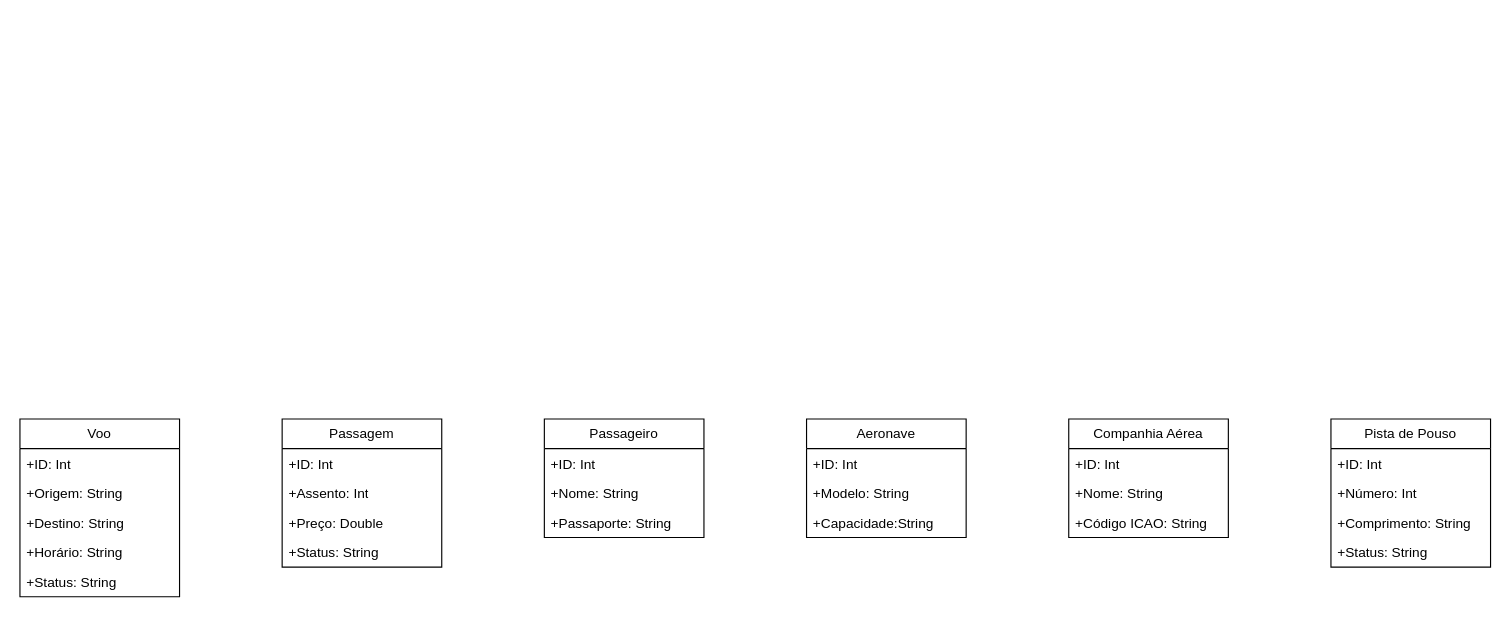
This is page "Classes" (2 of 2) of MeuDeusDoCéu.drawio from Lotharzin/Tipos-de-diagramas-ggez, a draw.io file, before an edit. Source tidied: cells renumbered, new cells numbered last; positions are measured from the earlier drawing's top-left corner, leaving out a move shared by most shapes. Both pictures are drawn from the tidied source at 114%, with x=0, y=0 at pixel (19, 418).
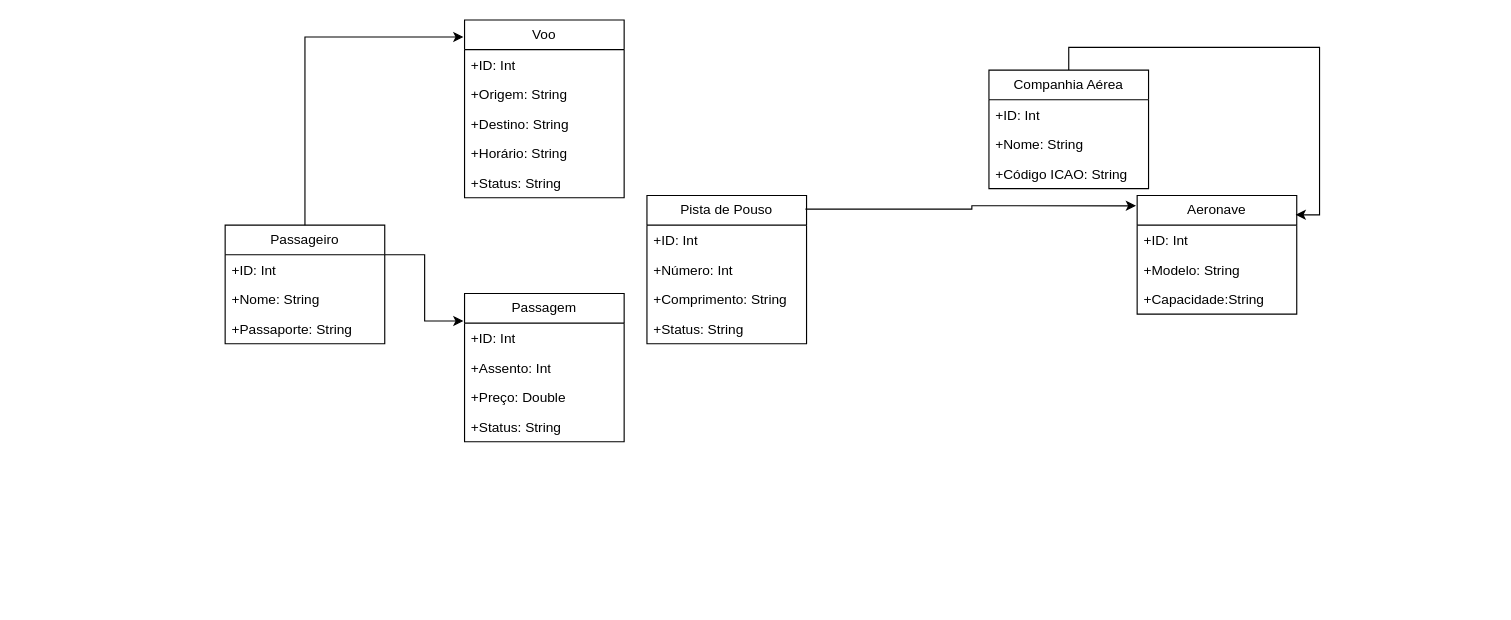
Above is the later version.

Change to the diagram source:
```diff
@@
     <mxCell id="2" value="Voo" style="swimlane;fontStyle=0;horizontal=1;startSize=26;fillColor=none;whiteSpace=wrap;html=1;" parent="1" vertex="1">
-      <mxGeometry width="140" height="156" as="geometry" />
+      <mxGeometry x="390" y="-350" width="140" height="156" as="geometry" />
     </mxCell>
@@
     <mxCell id="8" value="Passagem" style="swimlane;fontStyle=0;horizontal=1;startSize=26;fillColor=none;whiteSpace=wrap;html=1;" parent="1" vertex="1">
-      <mxGeometry x="230" width="140" height="130" as="geometry" />
+      <mxGeometry x="390" y="-110" width="140" height="130" as="geometry" />
     </mxCell>
@@
     <mxCell id="13" value="Passageiro" style="swimlane;fontStyle=0;horizontal=1;startSize=26;fillColor=none;whiteSpace=wrap;html=1;" parent="1" vertex="1">
-      <mxGeometry x="460" width="140" height="104" as="geometry" />
+      <mxGeometry x="180" y="-170" width="140" height="104" as="geometry" />
     </mxCell>
@@
     <mxCell id="17" value="Aeronave" style="swimlane;fontStyle=0;horizontal=1;startSize=26;fillColor=none;whiteSpace=wrap;html=1;" parent="1" vertex="1">
-      <mxGeometry x="690" width="140" height="104" as="geometry" />
+      <mxGeometry x="980" y="-196" width="140" height="104" as="geometry" />
     </mxCell>
@@
     <mxCell id="21" value="Companhia Aérea" style="swimlane;fontStyle=0;horizontal=1;startSize=26;fillColor=none;whiteSpace=wrap;html=1;" parent="1" vertex="1">
-      <mxGeometry x="920" width="140" height="104" as="geometry" />
+      <mxGeometry x="850" y="-306" width="140" height="104" as="geometry" />
     </mxCell>
@@
     <mxCell id="25" value="Pista de Pouso" style="swimlane;fontStyle=0;horizontal=1;startSize=26;fillColor=none;whiteSpace=wrap;html=1;" parent="1" vertex="1">
-      <mxGeometry x="1150" width="140" height="130" as="geometry" />
+      <mxGeometry x="550" y="-196" width="140" height="130" as="geometry" />
     </mxCell>
@@
+    <mxCell id="30" style="edgeStyle=orthogonalEdgeStyle;rounded=0;jettySize=auto;html=1;exitX=1;exitY=0.25;exitDx=0;exitDy=0;entryX=-0.007;entryY=0.185;entryDx=0;entryDy=0;entryPerimeter=0;" parent="1" edge="1" source="13" target="8">
+      <mxGeometry relative="1" as="geometry" />
+    </mxCell>
+    <mxCell id="31" style="edgeStyle=orthogonalEdgeStyle;rounded=0;jettySize=auto;html=1;exitX=0.5;exitY=0;exitDx=0;exitDy=0;entryX=-0.007;entryY=0.096;entryDx=0;entryDy=0;entryPerimeter=0;" parent="1" edge="1" source="13" target="2">
+      <mxGeometry relative="1" as="geometry" />
+    </mxCell>
+    <mxCell id="32" style="edgeStyle=orthogonalEdgeStyle;rounded=0;jettySize=auto;html=1;exitX=0.993;exitY=0.092;exitDx=0;exitDy=0;entryX=-0.007;entryY=0.087;entryDx=0;entryDy=0;entryPerimeter=0;exitPerimeter=0;" parent="1" edge="1" source="25" target="17">
+      <mxGeometry relative="1" as="geometry" />
+    </mxCell>
+    <mxCell id="33" style="edgeStyle=orthogonalEdgeStyle;rounded=0;jettySize=auto;html=1;exitX=0.5;exitY=0;exitDx=0;exitDy=0;entryX=0.993;entryY=0.163;entryDx=0;entryDy=0;entryPerimeter=0;" parent="1" edge="1" source="21" target="17">
+      <mxGeometry relative="1" as="geometry" />
+    </mxCell>
```
